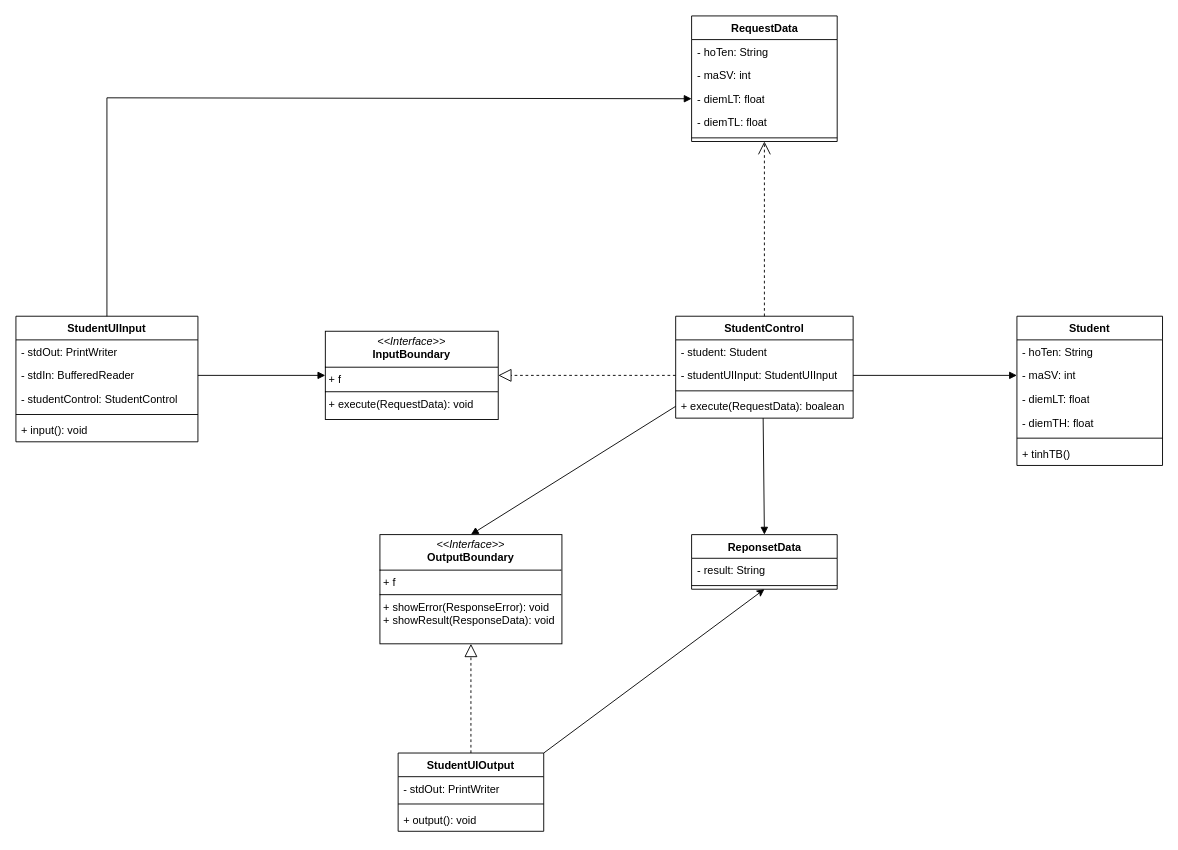
Above: page "ClassDiagram" (1 of 3) of docs/QuanLySinhVien_diagrams.drawio in hghfhghf/TestJV (draw.io), before the change. Source tidied: cells renumbered, new cells numbered last; positions are measured from the earlier drawing's top-left corner, leaving out a move shared by most shapes. Both pictures are drawn from the tidied source at 91%, with x=0, y=0 at pixel (15, 15).
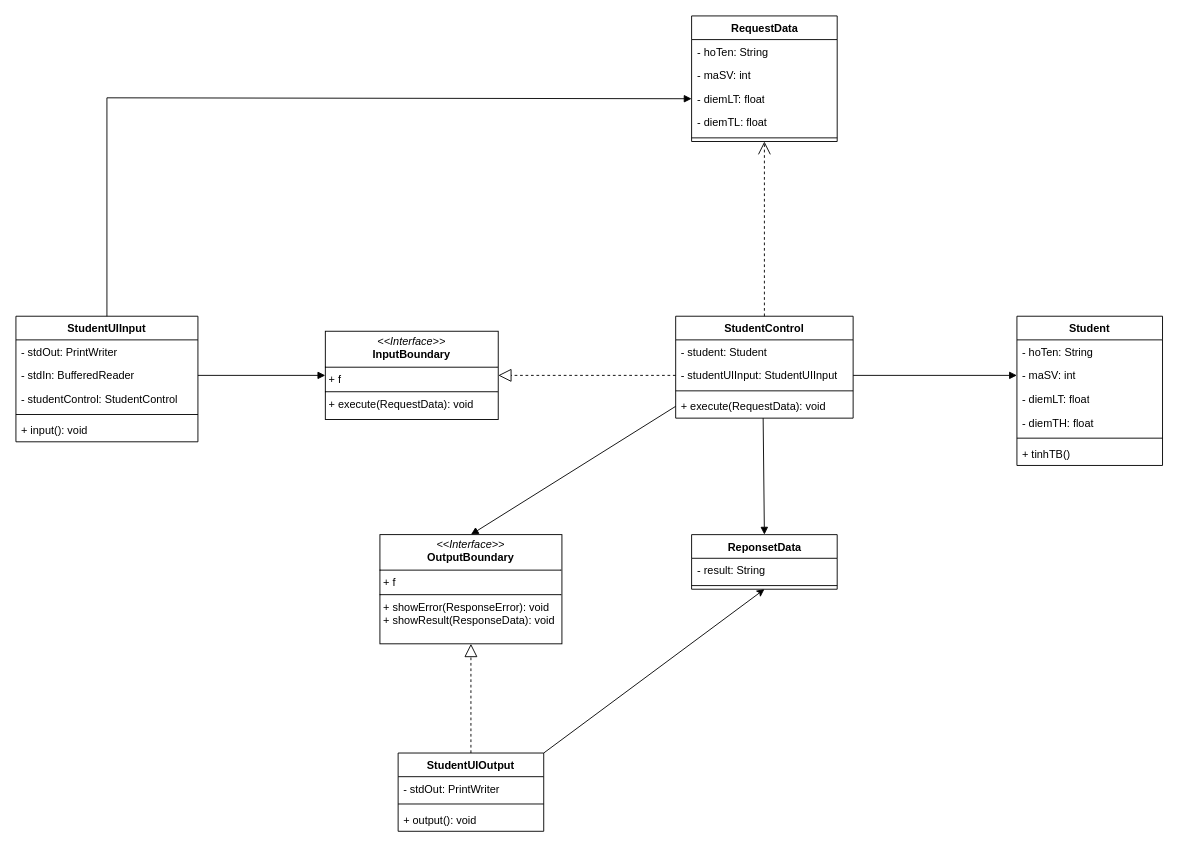
After the change.

Commit message:
Cập nhật thư mục docs

Unchanged cells that the change refers to:
```xml
<mxCell id="8" value="StudentControl" style="swimlane;fontStyle=1;align=center;verticalAlign=top;horizontal=1;startSize=26;whiteSpace=wrap;html=1;" parent="1" vertex="1">
  <mxGeometry x="725" y="330" width="195" height="112" as="geometry" />
</mxCell>
```

What changed in the source:
```diff
@@
-    <mxCell id="12" value="+ execute(RequestData): boalean" style="text;strokeColor=none;fillColor=none;align=left;verticalAlign=top;spacingLeft=4;spacingRight=4;overflow=hidden;points=[[0,0.5],[1,0.5]];portConstraint=eastwest;whiteSpace=wrap;html=1;" parent="8" vertex="1">
+    <mxCell id="12" value="+ execute(RequestData): void" style="text;strokeColor=none;fillColor=none;align=left;verticalAlign=top;spacingLeft=4;spacingRight=4;overflow=hidden;points=[[0,0.5],[1,0.5]];portConstraint=eastwest;whiteSpace=wrap;html=1;" parent="8" vertex="1">
       <mxGeometry y="86" width="195" height="26" as="geometry" />
     </mxCell>
```
